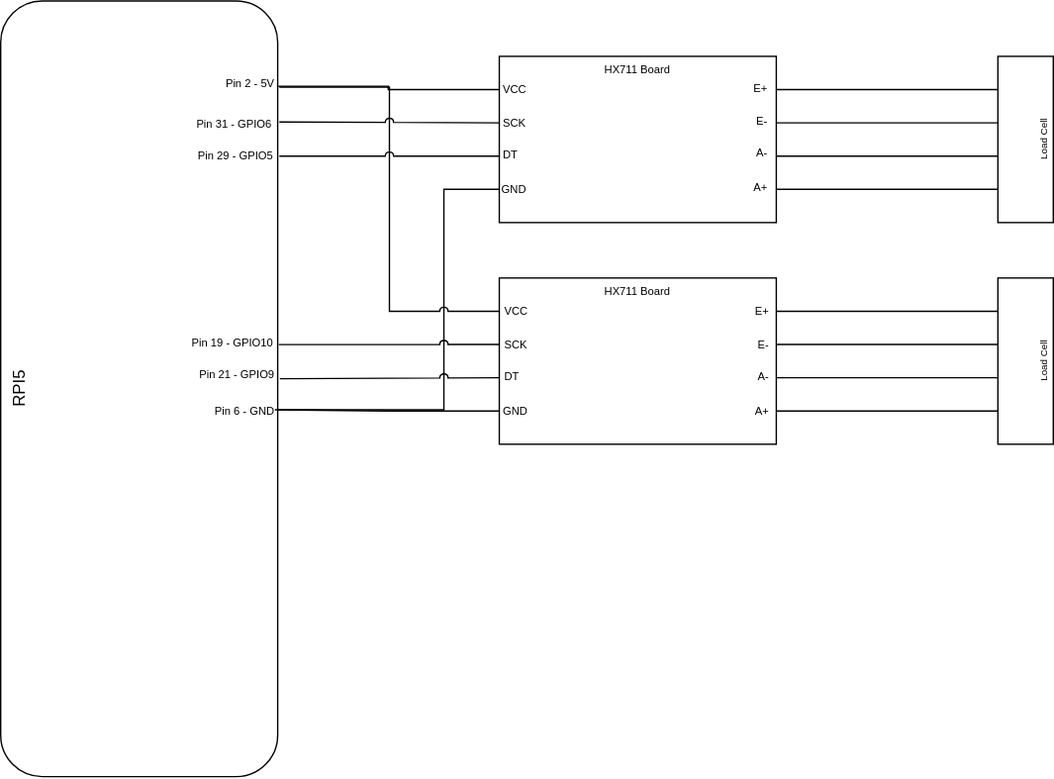
The draw.io diagram documentation/OB_KegLevel_schematic.svg in austinshinkle/OB_KegLevel, before a commit. Source tidied: cells renumbered, new cells last; positions are measured from the earlier drawing's top-left corner, leaving out a move shared by most shapes.
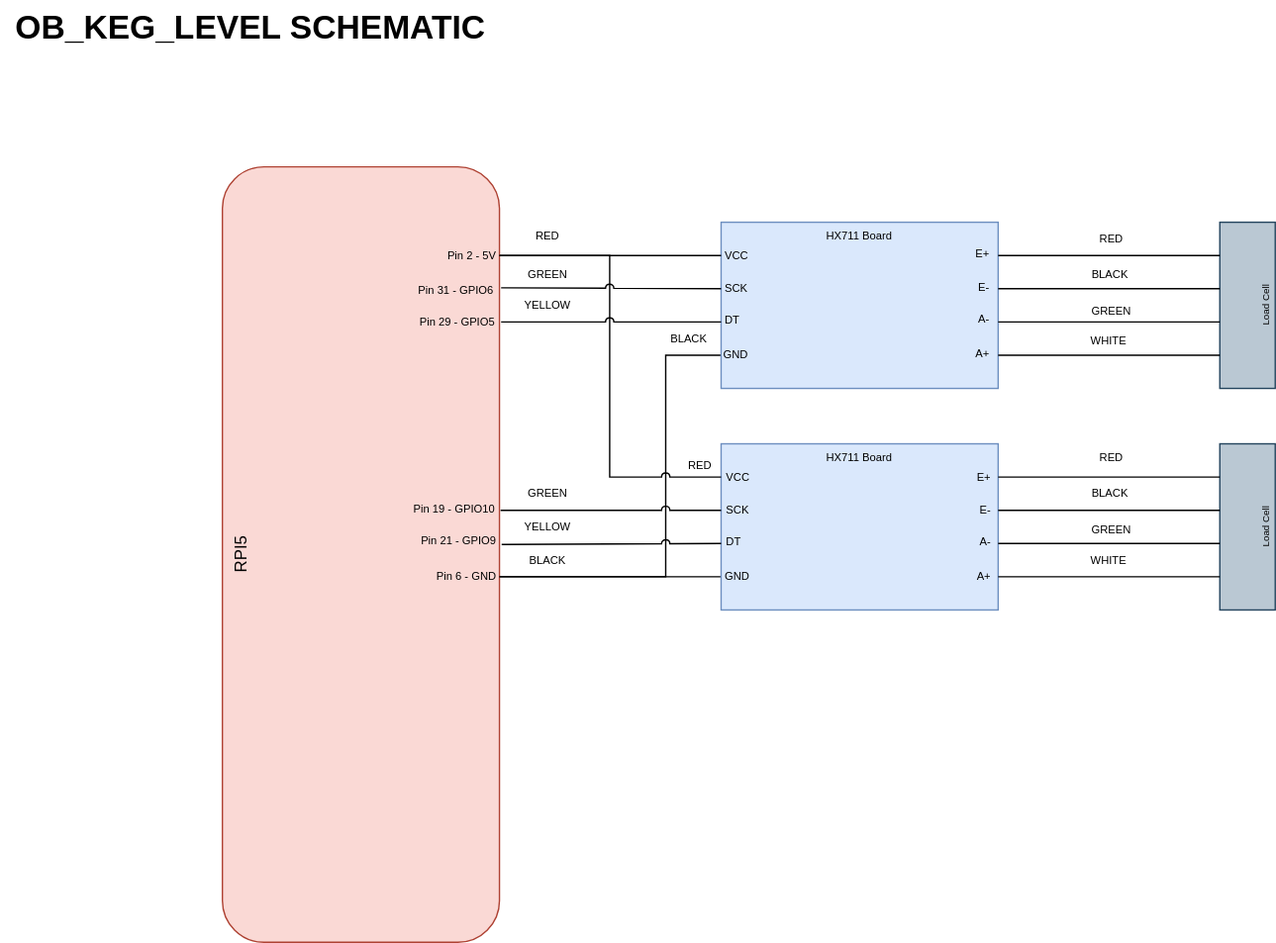
After the change.

Diff of the diagram source:
```diff
@@ -2,31 +2,28 @@
   <root>
     <mxCell id="0" />
     <mxCell id="1" parent="0" />
-    <mxCell id="2" value="RPI5" style="rounded=1;whiteSpace=wrap;html=1;points=[[0,0,0,0,0],[0,0.25,0,0,0],[0,0.5,0,0,0],[0,0.75,0,0,0],[0,1,0,0,0],[0.25,0,0,0,0],[0.25,1,0,0,0],[0.5,0,0,0,0],[0.5,1,0,0,0],[0.75,0,0,0,0],[0.75,1,0,0,0],[1,0,0,0,0],[1,0.07,0,0,0],[1,0.15,0,0,0],[1,0.25,0,0,0],[1,0.29,0,0,0],[1,0.36,0,0,0],[1,0.43,0,0,0],[1,0.5,0,0,0],[1,0.57,0,0,0],[1,0.64,0,0,0],[1,0.75,0,0,0],[1,1,0,0,0]];align=center;horizontal=0;verticalAlign=top;" parent="1" vertex="1">
+    <mxCell id="2" value="RPI5" style="rounded=1;whiteSpace=wrap;html=1;points=[[0,0,0,0,0],[0,0.25,0,0,0],[0,0.5,0,0,0],[0,0.75,0,0,0],[0,1,0,0,0],[0.25,0,0,0,0],[0.25,1,0,0,0],[0.5,0,0,0,0],[0.5,1,0,0,0],[0.75,0,0,0,0],[0.75,1,0,0,0],[1,0,0,0,0],[1,0.07,0,0,0],[1,0.15,0,0,0],[1,0.25,0,0,0],[1,0.29,0,0,0],[1,0.36,0,0,0],[1,0.43,0,0,0],[1,0.5,0,0,0],[1,0.57,0,0,0],[1,0.64,0,0,0],[1,0.75,0,0,0],[1,1,0,0,0]];align=center;horizontal=0;verticalAlign=top;fillColor=#fad9d5;strokeColor=#ae4132;" parent="1" vertex="1">
       <mxGeometry width="200" height="560" as="geometry" />
     </mxCell>
-    <mxCell id="3" style="edgeStyle=elbowEdgeStyle;rounded=0;jettySize=auto;html=1;exitX=0;exitY=0.8;exitDx=0;exitDy=0;exitPerimeter=0;jumpStyle=arc;entryX=1.002;entryY=0.527;entryDx=0;entryDy=0;entryPerimeter=0;endArrow=none;endFill=0;" parent="1" edge="1" source="4" target="2">
+    <mxCell id="3" style="edgeStyle=elbowEdgeStyle;rounded=0;jettySize=auto;html=1;exitX=0;exitY=0.8;exitDx=0;exitDy=0;exitPerimeter=0;jumpStyle=arc;endArrow=none;endFill=0;entryX=1;entryY=0.5;entryDx=0;entryDy=0;" parent="1" edge="1" source="4" target="14">
       <mxGeometry relative="1" as="geometry">
         <Array as="points">
           <mxPoint x="320" y="210" />
         </Array>
       </mxGeometry>
     </mxCell>
-    <mxCell id="4" style="rounded=0;whiteSpace=wrap;html=1;points=[[0,0,0,0,0],[0,0.2,0,0,0],[0,0.4,0,0,0],[0,0.6,0,0,0],[0,0.8,0,0,0],[0,1,0,0,0],[0.25,0,0,0,0],[0.25,1,0,0,0],[0.5,0,0,0,0],[0.5,1,0,0,0],[0.75,0,0,0,0],[0.75,1,0,0,0],[1,0,0,0,0],[1,0.2,0,0,0],[1,0.4,0,0,0],[1,0.6,0,0,0],[1,0.8,0,0,0],[1,1,0,0,0]];" parent="1" vertex="1">
+    <mxCell id="4" style="rounded=0;whiteSpace=wrap;html=1;points=[[0,0,0,0,0],[0,0.2,0,0,0],[0,0.4,0,0,0],[0,0.6,0,0,0],[0,0.8,0,0,0],[0,1,0,0,0],[0.25,0,0,0,0],[0.25,1,0,0,0],[0.5,0,0,0,0],[0.5,1,0,0,0],[0.75,0,0,0,0],[0.75,1,0,0,0],[1,0,0,0,0],[1,0.2,0,0,0],[1,0.4,0,0,0],[1,0.6,0,0,0],[1,0.8,0,0,0],[1,1,0,0,0]];fillColor=#dae8fc;strokeColor=#6c8ebf;" parent="1" vertex="1">
       <mxGeometry x="360" y="40" width="200" height="120" as="geometry" />
     </mxCell>
-    <mxCell id="5" style="edgeStyle=elbowEdgeStyle;rounded=0;jettySize=auto;html=1;exitX=0;exitY=0.8;exitDx=0;exitDy=0;exitPerimeter=0;entryX=0.99;entryY=0.527;entryDx=0;entryDy=0;entryPerimeter=0;endArrow=none;endFill=0;" parent="1" edge="1" source="6" target="2">
+    <mxCell id="5" style="edgeStyle=elbowEdgeStyle;rounded=0;jettySize=auto;html=1;exitX=0;exitY=0.8;exitDx=0;exitDy=0;exitPerimeter=0;entryX=1;entryY=0.5;entryDx=0;entryDy=0;endArrow=none;endFill=0;" parent="1" edge="1" source="6" target="14">
       <mxGeometry relative="1" as="geometry" />
     </mxCell>
-    <mxCell id="6" style="rounded=0;whiteSpace=wrap;html=1;points=[[0,0,0,0,0],[0,0.2,0,0,0],[0,0.4,0,0,0],[0,0.6,0,0,0],[0,0.8,0,0,0],[0,1,0,0,0],[0.25,0,0,0,0],[0.25,1,0,0,0],[0.5,0,0,0,0],[0.5,1,0,0,0],[0.75,0,0,0,0],[0.75,1,0,0,0],[1,0,0,0,0],[1,0.2,0,0,0],[1,0.4,0,0,0],[1,0.6,0,0,0],[1,0.8,0,0,0],[1,1,0,0,0]];" parent="1" vertex="1">
+    <mxCell id="6" style="rounded=0;whiteSpace=wrap;html=1;points=[[0,0,0,0,0],[0,0.2,0,0,0],[0,0.4,0,0,0],[0,0.6,0,0,0],[0,0.8,0,0,0],[0,1,0,0,0],[0.25,0,0,0,0],[0.25,1,0,0,0],[0.5,0,0,0,0],[0.5,1,0,0,0],[0.75,0,0,0,0],[0.75,1,0,0,0],[1,0,0,0,0],[1,0.2,0,0,0],[1,0.4,0,0,0],[1,0.6,0,0,0],[1,0.8,0,0,0],[1,1,0,0,0]];fillColor=#dae8fc;strokeColor=#6c8ebf;" parent="1" vertex="1">
       <mxGeometry x="360" y="200" width="200" height="120" as="geometry" />
     </mxCell>
-    <mxCell id="7" style="edgeStyle=elbowEdgeStyle;rounded=0;jettySize=auto;html=1;exitX=0;exitY=0.2;exitDx=0;exitDy=0;exitPerimeter=0;entryX=1.006;entryY=0.111;entryDx=0;entryDy=0;entryPerimeter=0;jumpStyle=arc;endArrow=none;endFill=0;" parent="1" edge="1" source="6" target="2">
+    <mxCell id="7" style="edgeStyle=elbowEdgeStyle;rounded=0;jettySize=auto;html=1;exitX=0;exitY=0.2;exitDx=0;exitDy=0;exitPerimeter=0;entryX=1;entryY=0.5;entryDx=0;entryDy=0;jumpStyle=arc;endArrow=none;endFill=0;" parent="1" edge="1" source="6" target="13">
       <mxGeometry relative="1" as="geometry" />
     </mxCell>
-    <mxCell id="8" style="edgeStyle=elbowEdgeStyle;rounded=0;jettySize=auto;html=1;exitX=0;exitY=0.2;exitDx=0;exitDy=0;exitPerimeter=0;entryX=1.002;entryY=0.11;entryDx=0;entryDy=0;entryPerimeter=0;endArrow=none;endFill=0;" parent="1" edge="1" source="4" target="2">
-      <mxGeometry relative="1" as="geometry" />
-    </mxCell>
     <mxCell id="9" style="edgeStyle=elbowEdgeStyle;rounded=0;jettySize=auto;html=1;exitX=0;exitY=0.6;exitDx=0;exitDy=0;exitPerimeter=0;entryX=1.008;entryY=0.487;entryDx=0;entryDy=0;entryPerimeter=0;jumpStyle=arc;endArrow=none;endFill=0;" parent="1" edge="1" source="6" target="2">
       <mxGeometry relative="1" as="geometry" />
     </mxCell>
@@ -40,7 +37,7 @@
       <mxGeometry relative="1" as="geometry" />
     </mxCell>
     <mxCell id="13" value="Pin 2 - 5V" style="text;html=1;align=right;verticalAlign=middle;whiteSpace=wrap;rounded=0;fontSize=8;" parent="1" vertex="1">
-      <mxGeometry x="140" y="50" width="60" height="20" as="geometry" />
+      <mxGeometry x="140" y="54" width="60" height="20" as="geometry" />
     </mxCell>
     <mxCell id="14" value="Pin 6 - GND" style="text;html=1;align=right;verticalAlign=middle;whiteSpace=wrap;rounded=0;fontSize=8;" parent="1" vertex="1">
       <mxGeometry x="140" y="286" width="60" height="20" as="geometry" />
@@ -111,10 +108,10 @@
     <mxCell id="36" value="A-" style="text;html=1;align=right;verticalAlign=middle;whiteSpace=wrap;rounded=0;fontSize=8;" parent="1" vertex="1">
       <mxGeometry x="527.5" y="261" width="29" height="20" as="geometry" />
     </mxCell>
-    <mxCell id="37" value="Load Cell" style="rounded=0;whiteSpace=wrap;html=1;points=[[0,0,0,0,0],[0,0.2,0,0,0],[0,0.4,0,0,0],[0,0.6,0,0,0],[0,0.8,0,0,0],[0,1,0,0,0],[0.25,0,0,0,0],[0.25,1,0,0,0],[0.5,0,0,0,0],[0.5,1,0,0,0],[0.75,0,0,0,0],[0.75,1,0,0,0],[1,0,0,0,0],[1,0.2,0,0,0],[1,0.4,0,0,0],[1,0.6,0,0,0],[1,0.8,0,0,0],[1,1,0,0,0]];horizontal=0;fontSize=7;align=center;verticalAlign=bottom;" parent="1" vertex="1">
+    <mxCell id="37" value="Load Cell" style="rounded=0;whiteSpace=wrap;html=1;points=[[0,0,0,0,0],[0,0.2,0,0,0],[0,0.4,0,0,0],[0,0.6,0,0,0],[0,0.8,0,0,0],[0,1,0,0,0],[0.25,0,0,0,0],[0.25,1,0,0,0],[0.5,0,0,0,0],[0.5,1,0,0,0],[0.75,0,0,0,0],[0.75,1,0,0,0],[1,0,0,0,0],[1,0.2,0,0,0],[1,0.4,0,0,0],[1,0.6,0,0,0],[1,0.8,0,0,0],[1,1,0,0,0]];horizontal=0;fontSize=7;align=center;verticalAlign=bottom;fillColor=#bac8d3;strokeColor=#23445d;" parent="1" vertex="1">
       <mxGeometry x="720" y="40" width="40" height="120" as="geometry" />
     </mxCell>
-    <mxCell id="38" value="Load Cell" style="rounded=0;whiteSpace=wrap;html=1;points=[[0,0,0,0,0],[0,0.2,0,0,0],[0,0.4,0,0,0],[0,0.6,0,0,0],[0,0.8,0,0,0],[0,1,0,0,0],[0.25,0,0,0,0],[0.25,1,0,0,0],[0.5,0,0,0,0],[0.5,1,0,0,0],[0.75,0,0,0,0],[0.75,1,0,0,0],[1,0,0,0,0],[1,0.2,0,0,0],[1,0.4,0,0,0],[1,0.6,0,0,0],[1,0.8,0,0,0],[1,1,0,0,0]];horizontal=0;fontSize=7;align=center;verticalAlign=bottom;" parent="1" vertex="1">
+    <mxCell id="38" value="Load Cell" style="rounded=0;whiteSpace=wrap;html=1;points=[[0,0,0,0,0],[0,0.2,0,0,0],[0,0.4,0,0,0],[0,0.6,0,0,0],[0,0.8,0,0,0],[0,1,0,0,0],[0.25,0,0,0,0],[0.25,1,0,0,0],[0.5,0,0,0,0],[0.5,1,0,0,0],[0.75,0,0,0,0],[0.75,1,0,0,0],[1,0,0,0,0],[1,0.2,0,0,0],[1,0.4,0,0,0],[1,0.6,0,0,0],[1,0.8,0,0,0],[1,1,0,0,0]];horizontal=0;fontSize=7;align=center;verticalAlign=bottom;fillColor=#bac8d3;strokeColor=#23445d;" parent="1" vertex="1">
       <mxGeometry x="720" y="200" width="40" height="120" as="geometry" />
     </mxCell>
     <mxCell id="39" style="edgeStyle=orthogonalEdgeStyle;rounded=0;jettySize=auto;html=1;exitX=1;exitY=0.2;exitDx=0;exitDy=0;exitPerimeter=0;entryX=0;entryY=0.2;entryDx=0;entryDy=0;entryPerimeter=0;endArrow=none;endFill=0;" parent="1" edge="1" source="4" target="37">
@@ -141,5 +138,59 @@
     <mxCell id="46" style="edgeStyle=orthogonalEdgeStyle;rounded=0;jettySize=auto;html=1;exitX=1;exitY=0.8;exitDx=0;exitDy=0;exitPerimeter=0;entryX=0;entryY=0.8;entryDx=0;entryDy=0;entryPerimeter=0;endArrow=none;endFill=0;" parent="1" edge="1" source="6" target="38">
       <mxGeometry relative="1" as="geometry" />
     </mxCell>
+    <mxCell id="47" value="RED" style="text;html=1;align=center;verticalAlign=middle;whiteSpace=wrap;rounded=0;fontSize=8;" parent="1" vertex="1">
+      <mxGeometry x="320" y="206" width="50" height="20" as="geometry" />
+    </mxCell>
+    <mxCell id="48" value="BLACK" style="text;html=1;align=center;verticalAlign=middle;whiteSpace=wrap;rounded=0;fontSize=8;" parent="1" vertex="1">
+      <mxGeometry x="312" y="113.5" width="50" height="20" as="geometry" />
+    </mxCell>
+    <mxCell id="49" value="GREEN" style="text;html=1;align=center;verticalAlign=middle;whiteSpace=wrap;rounded=0;fontSize=8;" parent="1" vertex="1">
+      <mxGeometry x="210" y="67.5" width="50" height="20" as="geometry" />
+    </mxCell>
+    <mxCell id="50" value="YELLOW" style="text;html=1;align=center;verticalAlign=middle;whiteSpace=wrap;rounded=0;fontSize=8;" parent="1" vertex="1">
+      <mxGeometry x="210" y="250" width="50" height="20" as="geometry" />
+    </mxCell>
+    <mxCell id="51" value="RED" style="text;html=1;align=center;verticalAlign=middle;whiteSpace=wrap;rounded=0;fontSize=8;" parent="1" vertex="1">
+      <mxGeometry x="617" y="200" width="50" height="20" as="geometry" />
+    </mxCell>
+    <mxCell id="52" value="BLACK" style="text;html=1;align=center;verticalAlign=middle;whiteSpace=wrap;rounded=0;fontSize=8;" parent="1" vertex="1">
+      <mxGeometry x="616" y="226" width="50" height="20" as="geometry" />
+    </mxCell>
+    <mxCell id="53" value="GREEN" style="text;html=1;align=center;verticalAlign=middle;whiteSpace=wrap;rounded=0;fontSize=8;" parent="1" vertex="1">
+      <mxGeometry x="617" y="252" width="50" height="20" as="geometry" />
+    </mxCell>
+    <mxCell id="54" value="WHITE" style="text;html=1;align=center;verticalAlign=middle;whiteSpace=wrap;rounded=0;fontSize=8;" parent="1" vertex="1">
+      <mxGeometry x="615" y="274" width="50" height="20" as="geometry" />
+    </mxCell>
+    <mxCell id="55" value="RED" style="text;html=1;align=center;verticalAlign=middle;whiteSpace=wrap;rounded=0;fontSize=8;" parent="1" vertex="1">
+      <mxGeometry x="617" y="41.5" width="50" height="20" as="geometry" />
+    </mxCell>
+    <mxCell id="56" value="BLACK" style="text;html=1;align=center;verticalAlign=middle;whiteSpace=wrap;rounded=0;fontSize=8;" parent="1" vertex="1">
+      <mxGeometry x="616" y="67.5" width="50" height="20" as="geometry" />
+    </mxCell>
+    <mxCell id="57" value="GREEN" style="text;html=1;align=center;verticalAlign=middle;whiteSpace=wrap;rounded=0;fontSize=8;" parent="1" vertex="1">
+      <mxGeometry x="617" y="93.5" width="50" height="20" as="geometry" />
+    </mxCell>
+    <mxCell id="58" value="WHITE" style="text;html=1;align=center;verticalAlign=middle;whiteSpace=wrap;rounded=0;fontSize=8;" parent="1" vertex="1">
+      <mxGeometry x="615" y="115.5" width="50" height="20" as="geometry" />
+    </mxCell>
+    <mxCell id="59" value="RED" style="text;html=1;align=center;verticalAlign=middle;whiteSpace=wrap;rounded=0;fontSize=8;" parent="1" vertex="1">
+      <mxGeometry x="210" y="40" width="50" height="20" as="geometry" />
+    </mxCell>
+    <mxCell id="60" value="BLACK" style="text;html=1;align=center;verticalAlign=middle;whiteSpace=wrap;rounded=0;fontSize=8;" parent="1" vertex="1">
+      <mxGeometry x="210" y="274" width="50" height="20" as="geometry" />
+    </mxCell>
+    <mxCell id="61" value="GREEN" style="text;html=1;align=center;verticalAlign=middle;whiteSpace=wrap;rounded=0;fontSize=8;" parent="1" vertex="1">
+      <mxGeometry x="210" y="226" width="50" height="20" as="geometry" />
+    </mxCell>
+    <mxCell id="62" value="YELLOW" style="text;html=1;align=center;verticalAlign=middle;whiteSpace=wrap;rounded=0;fontSize=8;" parent="1" vertex="1">
+      <mxGeometry x="210" y="90" width="50" height="20" as="geometry" />
+    </mxCell>
+    <mxCell id="63" style="rounded=0;jettySize=auto;html=1;exitX=1;exitY=0.5;exitDx=0;exitDy=0;jumpStyle=none;endArrow=none;endFill=0;entryX=0;entryY=0.2;entryDx=0;entryDy=0;entryPerimeter=0;" parent="1" edge="1" source="13" target="4">
+      <mxGeometry relative="1" as="geometry" />
+    </mxCell>
+    <mxCell id="64" value="&lt;div align=&quot;left&quot;&gt;OB_KEG_LEVEL SCHEMATIC&lt;br&gt;&lt;/div&gt;" style="text;strokeColor=none;fillColor=none;html=1;fontSize=24;fontStyle=1;verticalAlign=middle;align=center;" parent="1" vertex="1">
+      <mxGeometry x="-160" y="-120" width="360" height="40" as="geometry" />
+    </mxCell>
   </root>
 </mxGraphModel>
```
